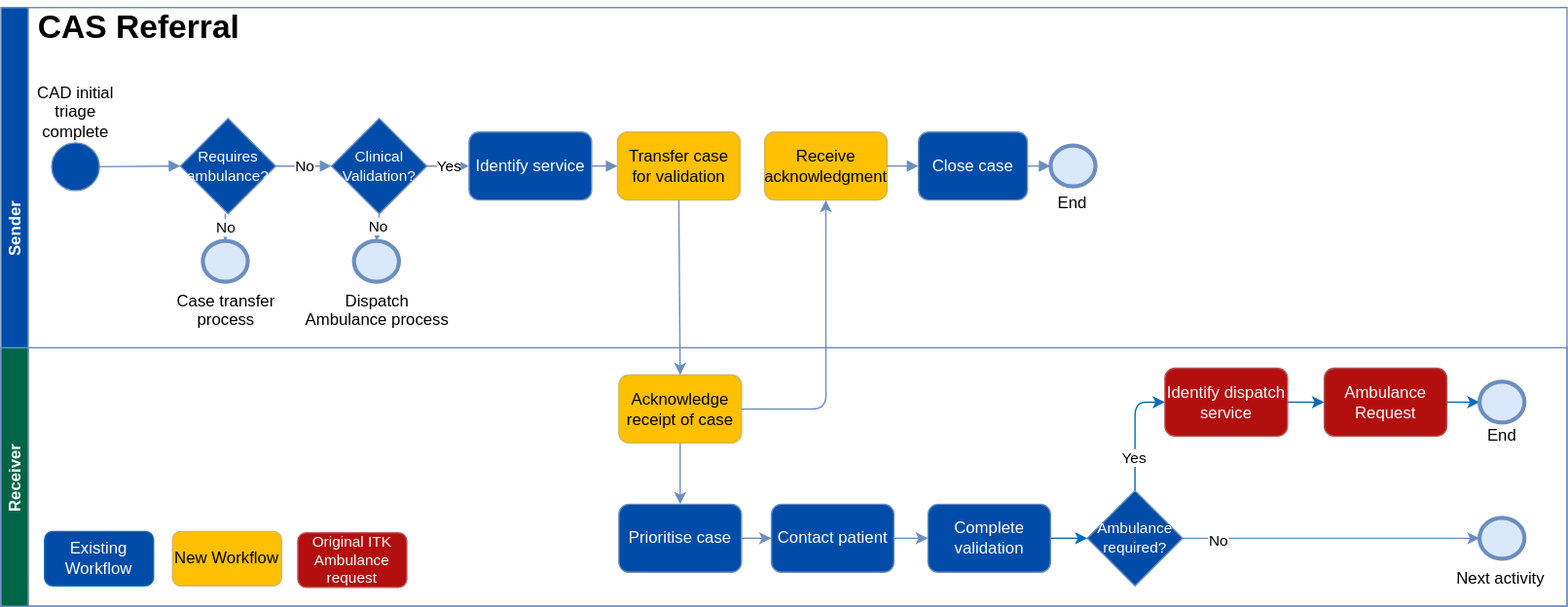
Before: src/images/WorkFlows/ReferraltoCASSimplified-1.0.0.svg, a diagram exported from draw.io (NHSDigital/booking-and-referral-media). Source tidied: cells renumbered, new cells last; positions are measured from the earlier drawing's top-left corner, leaving out a move shared by most shapes.
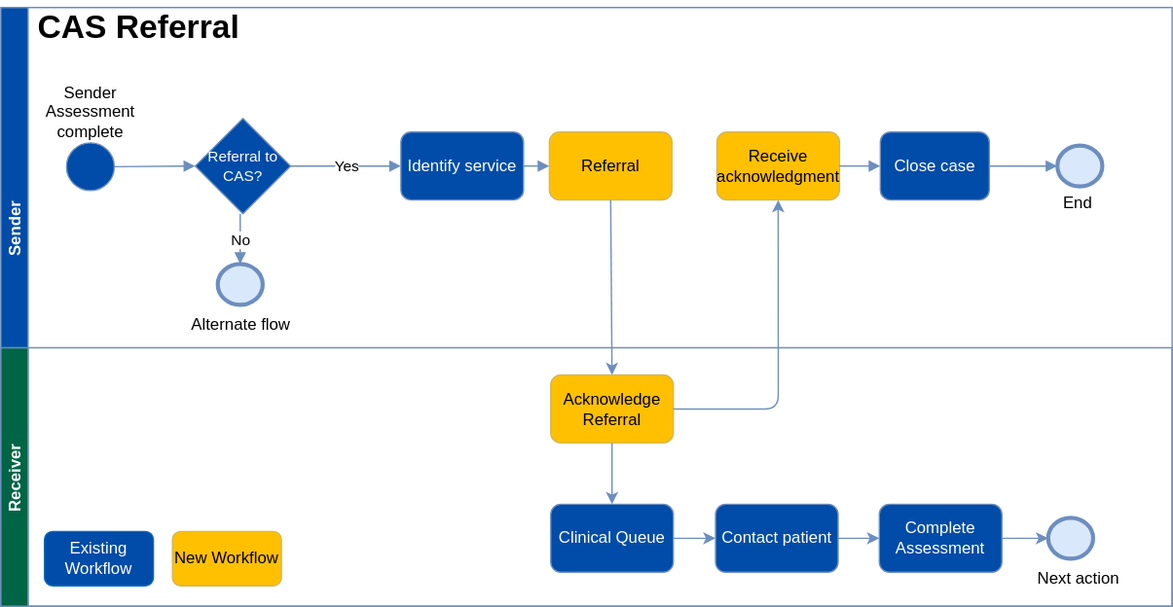
After the commit.

The edit, as a diff of the source:
```diff
@@ -3,154 +3,105 @@
     <mxCell id="0" />
     <mxCell id="1" parent="0" />
     <mxCell id="2" value="                                   Sender" style="swimlane;startSize=20;horizontal=0;fillColor=#004CA8;strokeColor=#6c8ebf;fontColor=#FFFFFF;" parent="1" vertex="1">
-      <mxGeometry y="5" width="1150" height="440" as="geometry" />
+      <mxGeometry y="5" width="860" height="440" as="geometry" />
     </mxCell>
-    <mxCell id="3" value="Clinical Validation?" style="rhombus;whiteSpace=wrap;html=1;fillColor=#004CA8;strokeColor=#6c8ebf;fontColor=#FFFFFF;fontSize=11;" parent="2" vertex="1">
-      <mxGeometry x="242.8" y="81.5" width="70" height="70" as="geometry" />
-    </mxCell>
-    <mxCell id="4" value="Requires ambulance?" style="rhombus;whiteSpace=wrap;html=1;fillColor=#004CA8;strokeColor=#6c8ebf;fontColor=#FFFFFF;fontSize=11;" parent="2" vertex="1">
-      <mxGeometry x="131.8" y="81.5" width="70" height="70" as="geometry" />
-    </mxCell>
-    <mxCell id="5" value="Transfer case for validation" style="rounded=1;whiteSpace=wrap;html=1;fillColor=#FFC001;strokeColor=#d6b656;" parent="2" vertex="1">
-      <mxGeometry x="452.8" y="91.5" width="90" height="50" as="geometry" />
-    </mxCell>
+    <mxCell id="51" value="Referral to CAS?" style="rhombus;whiteSpace=wrap;html=1;fillColor=#004CA8;strokeColor=#6c8ebf;fontColor=#FFFFFF;fontSize=11;" parent="2" vertex="1">
+      <mxGeometry x="142.8" y="81.5" width="70" height="70" as="geometry" />
+    </mxCell>
+    <mxCell id="52" value="Referral" style="rounded=1;whiteSpace=wrap;html=1;fillColor=#FFC001;strokeColor=#d6b656;" parent="2" vertex="1">
+      <mxGeometry x="402.8" y="91.5" width="90" height="50" as="geometry" />
+    </mxCell>
     <mxCell id="6" value="Identify service" style="rounded=1;whiteSpace=wrap;html=1;fillColor=#004CA8;strokeColor=#6c8ebf;fontColor=#FFFFFF;" parent="2" vertex="1">
-      <mxGeometry x="343.8" y="91.5" width="90" height="50" as="geometry" />
+      <mxGeometry x="293.8" y="91.5" width="90" height="50" as="geometry" />
     </mxCell>
-    <mxCell id="7" style="endArrow=block;endFill=1;endSize=6;html=1;exitX=1;exitY=0.5;exitDx=0;exitDy=0;entryX=0;entryY=0.5;entryDx=0;entryDy=0;fillColor=#dae8fc;strokeColor=#6c8ebf;" parent="2" edge="1" source="47" target="4">
-      <mxGeometry relative="1" as="geometry" />
-    </mxCell>
-    <mxCell id="8" value="No" style="endArrow=block;endFill=1;endSize=6;html=1;exitX=1;exitY=0.5;exitDx=0;exitDy=0;entryX=0;entryY=0.5;entryDx=0;entryDy=0;fillColor=#dae8fc;strokeColor=#6c8ebf;" parent="2" edge="1" source="4" target="3">
-      <mxGeometry relative="1" as="geometry" />
-    </mxCell>
+    <mxCell id="53" style="endArrow=block;endFill=1;endSize=6;html=1;exitX=1;exitY=0.5;exitDx=0;exitDy=0;entryX=0;entryY=0.5;entryDx=0;entryDy=0;fillColor=#dae8fc;strokeColor=#6c8ebf;" parent="2" edge="1" source="70" target="51">
+      <mxGeometry relative="1" as="geometry" />
+    </mxCell>
-    <mxCell id="9" value="Yes" style="endArrow=block;endFill=1;endSize=6;html=1;exitX=1;exitY=0.5;exitDx=0;exitDy=0;entryX=0;entryY=0.5;entryDx=0;entryDy=0;fillColor=#dae8fc;strokeColor=#6c8ebf;" parent="2" edge="1" source="3" target="6">
+    <mxCell id="9" value="Yes" style="endArrow=block;endFill=1;endSize=6;html=1;exitX=1;exitY=0.5;exitDx=0;exitDy=0;entryX=0;entryY=0.5;entryDx=0;entryDy=0;fillColor=#dae8fc;strokeColor=#6c8ebf;" parent="2" edge="1" source="51" target="6">
       <mxGeometry relative="1" as="geometry" />
     </mxCell>
-    <mxCell id="10" style="endArrow=block;endFill=1;endSize=6;html=1;exitX=1;exitY=0.5;exitDx=0;exitDy=0;entryX=0;entryY=0.5;entryDx=0;entryDy=0;fillColor=#dae8fc;strokeColor=#6c8ebf;" parent="2" edge="1" source="6" target="5">
-      <mxGeometry relative="1" as="geometry" />
-    </mxCell>
-    <mxCell id="11" value="Case transfer&lt;br&gt;process" style="shape=mxgraph.bpmn.shape;html=1;verticalLabelPosition=bottom;labelBackgroundColor=#ffffff;verticalAlign=top;align=center;perimeter=ellipsePerimeter;outline=end;symbol=general;fillColor=#dae8fc;strokeColor=#6c8ebf;" parent="2" vertex="1">
-      <mxGeometry x="148.2" y="171.5" width="33" height="30" as="geometry" />
-    </mxCell>
-    <mxCell id="12" value="No" style="endArrow=block;endFill=1;endSize=6;html=1;exitX=0.5;exitY=1;exitDx=0;exitDy=0;entryX=0.5;entryY=0;entryDx=0;entryDy=0;fillColor=#dae8fc;strokeColor=#6c8ebf;" parent="2" edge="1">
-      <mxGeometry relative="1" as="geometry">
-        <mxPoint x="164.8" y="151.5" as="sourcePoint" />
-        <mxPoint x="164.8" y="171.5" as="targetPoint" />
-      </mxGeometry>
-    </mxCell>
-    <mxCell id="13" style="shape=mxgraph.bpmn.shape;html=1;verticalLabelPosition=bottom;labelBackgroundColor=#ffffff;verticalAlign=top;align=center;perimeter=ellipsePerimeter;outlineConnect=0;outline=end;symbol=general;fillColor=#dae8fc;strokeColor=#6c8ebf;" parent="2" vertex="1">
-      <mxGeometry x="770.8" y="101.5" width="33" height="30" as="geometry" />
-    </mxCell>
-    <mxCell id="14" value="Dispatch &lt;br&gt;Ambulance process" style="shape=mxgraph.bpmn.shape;html=1;verticalLabelPosition=bottom;labelBackgroundColor=#ffffff;verticalAlign=top;align=center;perimeter=ellipsePerimeter;outlineConnect=0;outline=end;symbol=general;fillColor=#dae8fc;strokeColor=#6c8ebf;" parent="2" vertex="1">
-      <mxGeometry x="259.2" y="171.5" width="33" height="30" as="geometry" />
-    </mxCell>
-    <mxCell id="15" value="No" style="endArrow=block;endFill=1;endSize=6;html=1;exitX=0.5;exitY=1;exitDx=0;exitDy=0;entryX=0.5;entryY=0;entryDx=0;entryDy=0;fillColor=#dae8fc;strokeColor=#6c8ebf;" parent="2" edge="1" source="3" target="14">
-      <mxGeometry relative="1" as="geometry" />
-    </mxCell>
+    <mxCell id="54" style="endArrow=block;endFill=1;endSize=6;html=1;exitX=1;exitY=0.5;exitDx=0;exitDy=0;entryX=0;entryY=0.5;entryDx=0;entryDy=0;fillColor=#dae8fc;strokeColor=#6c8ebf;" parent="2" edge="1" source="6" target="52">
+      <mxGeometry relative="1" as="geometry" />
+    </mxCell>
+    <mxCell id="55" value="Alternate flow" style="shape=mxgraph.bpmn.shape;html=1;verticalLabelPosition=bottom;labelBackgroundColor=#ffffff;verticalAlign=top;align=center;perimeter=ellipsePerimeter;outlineConnect=0;outline=end;symbol=general;fillColor=#dae8fc;strokeColor=#6c8ebf;" parent="2" vertex="1">
+      <mxGeometry x="159.2" y="188.5" width="33" height="30" as="geometry" />
+    </mxCell>
+    <mxCell id="56" value="No" style="endArrow=block;endFill=1;endSize=6;html=1;exitX=0.5;exitY=1;exitDx=0;exitDy=0;entryX=0.5;entryY=0;entryDx=0;entryDy=0;fillColor=#dae8fc;strokeColor=#6c8ebf;" parent="2" edge="1" target="55">
+      <mxGeometry relative="1" as="geometry">
+        <mxPoint x="175.8" y="151.5" as="sourcePoint" />
+      </mxGeometry>
+    </mxCell>
+    <mxCell id="57" style="shape=mxgraph.bpmn.shape;html=1;verticalLabelPosition=bottom;labelBackgroundColor=#ffffff;verticalAlign=top;align=center;perimeter=ellipsePerimeter;outlineConnect=0;outline=end;symbol=general;fillColor=#dae8fc;strokeColor=#6c8ebf;" parent="2" vertex="1">
+      <mxGeometry x="775.8" y="101.5" width="33" height="30" as="geometry" />
+    </mxCell>
     <mxCell id="16" value="Receiver" style="swimlane;startSize=20;horizontal=0;fillColor=#006545;strokeColor=#6c8ebf;fontColor=#FFFFFF;" parent="2" vertex="1">
-      <mxGeometry y="250" width="1150" height="190" as="geometry" />
+      <mxGeometry y="250" width="860" height="190" as="geometry" />
     </mxCell>
-    <mxCell id="17" style="edgeStyle=orthogonalEdgeStyle;rounded=0;jettySize=auto;html=1;exitX=1;exitY=0.5;exitDx=0;exitDy=0;entryX=0;entryY=0.5;entryDx=0;entryDy=0;strokeColor=#026CBA;" parent="16" edge="1" source="18" target="27">
-      <mxGeometry relative="1" as="geometry" />
-    </mxCell>
-    <mxCell id="18" value="Complete validation" style="rounded=1;whiteSpace=wrap;html=1;fillColor=#004CA8;strokeColor=#6c8ebf;fontColor=#FFFFFF;" parent="16" vertex="1">
-      <mxGeometry x="680.8" y="115" width="90" height="50" as="geometry" />
-    </mxCell>
-    <mxCell id="19" value="Prioritise case" style="rounded=1;whiteSpace=wrap;html=1;fillColor=#004CA8;strokeColor=#6c8ebf;fontColor=#FFFFFF;" parent="16" vertex="1">
-      <mxGeometry x="453.8" y="115" width="90" height="50" as="geometry" />
-    </mxCell>
-    <mxCell id="20" value="Acknowledge receipt of case" style="rounded=1;whiteSpace=wrap;html=1;fillColor=#FFC001;strokeColor=#d6b656;" parent="16" vertex="1">
-      <mxGeometry x="453.8" y="20" width="90" height="50" as="geometry" />
-    </mxCell>
+    <mxCell id="58" value="Clinical Queue" style="rounded=1;whiteSpace=wrap;html=1;fillColor=#004CA8;strokeColor=#6c8ebf;fontColor=#FFFFFF;" parent="16" vertex="1">
+      <mxGeometry x="403.8" y="115" width="90" height="50" as="geometry" />
+    </mxCell>
+    <mxCell id="59" value="Acknowledge Referral" style="rounded=1;whiteSpace=wrap;html=1;fillColor=#FFC001;strokeColor=#d6b656;" parent="16" vertex="1">
+      <mxGeometry x="403.8" y="20" width="90" height="50" as="geometry" />
+    </mxCell>
     <mxCell id="21" value="Contact patient" style="rounded=1;whiteSpace=wrap;html=1;fillColor=#004CA8;strokeColor=#6c8ebf;fontColor=#FFFFFF;" parent="16" vertex="1">
-      <mxGeometry x="565.8" y="115" width="90" height="50" as="geometry" />
+      <mxGeometry x="524.8" y="115" width="90" height="50" as="geometry" />
     </mxCell>
-    <mxCell id="22" style="endArrow=classic;html=1;entryX=0.5;entryY=0;entryDx=0;entryDy=0;exitX=0.5;exitY=1;exitDx=0;exitDy=0;fillColor=#dae8fc;strokeColor=#6c8ebf;" parent="16" edge="1" source="20" target="19">
-      <mxGeometry relative="1" as="geometry" />
-    </mxCell>
-    <mxCell id="23" style="endArrow=classic;html=1;entryX=0;entryY=0.5;entryDx=0;entryDy=0;exitX=1;exitY=0.5;exitDx=0;exitDy=0;fillColor=#dae8fc;strokeColor=#6c8ebf;" parent="16" edge="1" source="19" target="21">
-      <mxGeometry relative="1" as="geometry" />
-    </mxCell>
-    <mxCell id="24" style="endArrow=classic;html=1;entryX=0;entryY=0.5;entryDx=0;entryDy=0;exitX=1;exitY=0.5;exitDx=0;exitDy=0;fillColor=#dae8fc;strokeColor=#6c8ebf;" parent="16" edge="1" source="21" target="18">
-      <mxGeometry relative="1" as="geometry" />
-    </mxCell>
-    <mxCell id="25" style="edgeStyle=orthogonalEdgeStyle;rounded=1;jettySize=auto;html=1;exitX=0.5;exitY=0;exitDx=0;exitDy=0;entryX=0;entryY=0.5;entryDx=0;entryDy=0;strokeColor=#026CBA;" parent="16" edge="1" source="27" target="29">
-      <mxGeometry relative="1" as="geometry" />
-    </mxCell>
-    <mxCell id="26" value="Yes" style="edgeLabel;html=1;align=center;verticalAlign=middle;" parent="25" vertex="1">
-      <mxGeometry x="-0.45" y="1" relative="1" as="geometry" />
-    </mxCell>
-    <mxCell id="27" value="Ambulance required?" style="rhombus;whiteSpace=wrap;html=1;fillColor=#004CA8;strokeColor=#6c8ebf;fontColor=#FFFFFF;fontSize=11;" parent="16" vertex="1">
-      <mxGeometry x="797.8" y="105" width="70" height="70" as="geometry" />
-    </mxCell>
-    <mxCell id="28" style="edgeStyle=orthogonalEdgeStyle;rounded=0;jettySize=auto;html=1;exitX=1;exitY=0.5;exitDx=0;exitDy=0;entryX=0;entryY=0.5;entryDx=0;entryDy=0;strokeColor=#026CBA;" parent="16" edge="1" source="29" target="35">
-      <mxGeometry relative="1" as="geometry" />
-    </mxCell>
-    <mxCell id="29" value="Identify dispatch service" style="rounded=1;whiteSpace=wrap;html=1;fillColor=#B30F0F;strokeColor=#b85450;fontColor=#FFFFFF;" parent="16" vertex="1">
-      <mxGeometry x="854.8" y="15" width="90" height="50" as="geometry" />
-    </mxCell>
-    <mxCell id="30" style="shape=mxgraph.bpmn.shape;html=1;verticalLabelPosition=bottom;labelBackgroundColor=#ffffff;verticalAlign=top;align=center;perimeter=ellipsePerimeter;outlineConnect=0;outline=end;symbol=general;fillColor=#dae8fc;strokeColor=#6c8ebf;" parent="16" vertex="1">
-      <mxGeometry x="1085.8" y="125" width="33" height="30" as="geometry" />
-    </mxCell>
-    <mxCell id="31" style="endArrow=classic;html=1;exitX=1;exitY=0.5;exitDx=0;exitDy=0;entryX=0;entryY=0.5;entryDx=0;entryDy=0;fillColor=#dae8fc;strokeColor=#6c8ebf;" parent="16" edge="1" source="27" target="30">
-      <mxGeometry relative="1" as="geometry" />
-    </mxCell>
-    <mxCell id="32" value="No" style="edgeLabel;html=1;align=center;verticalAlign=middle;" parent="31" vertex="1">
-      <mxGeometry x="-0.76" y="-1" relative="1" as="geometry" />
-    </mxCell>
-    <mxCell id="33" value="Next activity" style="text;html=1;align=center;verticalAlign=middle;" parent="16" vertex="1">
-      <mxGeometry x="1060.8" y="160" width="80" height="20" as="geometry" />
-    </mxCell>
-    <mxCell id="34" style="edgeStyle=orthogonalEdgeStyle;rounded=0;jettySize=auto;html=1;exitX=1;exitY=0.5;exitDx=0;exitDy=0;entryX=0;entryY=0.5;entryDx=0;entryDy=0;strokeColor=#026CBA;" parent="16" edge="1" source="35" target="37">
-      <mxGeometry relative="1" as="geometry" />
-    </mxCell>
-    <mxCell id="35" value="Ambulance Request" style="rounded=1;whiteSpace=wrap;html=1;fillColor=#B30F0F;strokeColor=#b85450;fontColor=#FFFFFF;" parent="16" vertex="1">
-      <mxGeometry x="971.8" y="15" width="90" height="50" as="geometry" />
-    </mxCell>
-    <mxCell id="36" value="Original ITK Ambulance request" style="rounded=1;whiteSpace=wrap;html=1;strokeColor=#b85450;fillColor=#B30F0F;fontColor=#FFFFFF;fontSize=11;" parent="16" vertex="1">
-      <mxGeometry x="218" y="136" width="80" height="40" as="geometry" />
-    </mxCell>
-    <mxCell id="37" style="shape=mxgraph.bpmn.shape;html=1;verticalLabelPosition=bottom;labelBackgroundColor=#ffffff;verticalAlign=top;align=center;perimeter=ellipsePerimeter;outlineConnect=0;outline=end;symbol=general;fillColor=#dae8fc;strokeColor=#6c8ebf;" parent="16" vertex="1">
-      <mxGeometry x="1085.8" y="25" width="33" height="30" as="geometry" />
-    </mxCell>
-    <mxCell id="38" value="End" style="text;html=1;align=center;verticalAlign=middle;" parent="16" vertex="1">
-      <mxGeometry x="1082.2" y="55" width="40" height="20" as="geometry" />
-    </mxCell>
+    <mxCell id="60" style="endArrow=classic;html=1;entryX=0.5;entryY=0;entryDx=0;entryDy=0;exitX=0.5;exitY=1;exitDx=0;exitDy=0;fillColor=#dae8fc;strokeColor=#6c8ebf;" parent="16" edge="1" source="59" target="58">
+      <mxGeometry relative="1" as="geometry" />
+    </mxCell>
+    <mxCell id="61" style="endArrow=classic;html=1;entryX=0;entryY=0.5;entryDx=0;entryDy=0;exitX=1;exitY=0.5;exitDx=0;exitDy=0;fillColor=#dae8fc;strokeColor=#6c8ebf;" parent="16" edge="1" source="58" target="21">
+      <mxGeometry relative="1" as="geometry" />
+    </mxCell>
+    <mxCell id="62" style="endArrow=classic;html=1;entryX=0;entryY=0.5;entryDx=0;entryDy=0;exitX=1;exitY=0.5;exitDx=0;exitDy=0;fillColor=#dae8fc;strokeColor=#6c8ebf;" parent="16" edge="1" source="21" target="66">
+      <mxGeometry relative="1" as="geometry" />
+    </mxCell>
+    <mxCell id="63" style="shape=mxgraph.bpmn.shape;html=1;verticalLabelPosition=bottom;labelBackgroundColor=#ffffff;verticalAlign=top;align=center;perimeter=ellipsePerimeter;outlineConnect=0;outline=end;symbol=general;fillColor=#dae8fc;strokeColor=#6c8ebf;" parent="16" vertex="1">
+      <mxGeometry x="769" y="125" width="33" height="30" as="geometry" />
+    </mxCell>
+    <mxCell id="64" value="Next action" style="text;html=1;align=center;verticalAlign=middle;" parent="16" vertex="1">
+      <mxGeometry x="750.5" y="155" width="80" height="30" as="geometry" />
+    </mxCell>
     <mxCell id="39" value="New Workflow" style="rounded=1;whiteSpace=wrap;html=1;strokeColor=#d6b656;fillColor=#FFC001;" parent="16" vertex="1">
       <mxGeometry x="126" y="135" width="80" height="40" as="geometry" />
     </mxCell>
     <mxCell id="40" value="Existing Workflow" style="rounded=1;whiteSpace=wrap;html=1;strokeColor=#026CBA;fillColor=#004CA8;fontColor=#FFFFFF;" parent="16" vertex="1">
       <mxGeometry x="32" y="135" width="80" height="40" as="geometry" />
     </mxCell>
-    <mxCell id="41" style="endArrow=classic;html=1;entryX=0.5;entryY=0;entryDx=0;entryDy=0;exitX=0.5;exitY=1;exitDx=0;exitDy=0;fillColor=#dae8fc;strokeColor=#6c8ebf;" parent="2" edge="1" source="5" target="20">
-      <mxGeometry relative="1" as="geometry" />
-    </mxCell>
+    <mxCell id="65" style="edgeStyle=orthogonalEdgeStyle;rounded=0;jettySize=auto;html=1;exitX=1;exitY=0.5;exitDx=0;exitDy=0;entryX=0;entryY=0.5;entryDx=0;entryDy=0;strokeColor=#6C8EBF;" parent="16" edge="1" source="66" target="63">
+      <mxGeometry relative="1" as="geometry" />
+    </mxCell>
+    <mxCell id="66" value="Complete Assessment" style="rounded=1;whiteSpace=wrap;html=1;fillColor=#004CA8;strokeColor=#6c8ebf;fontColor=#FFFFFF;" parent="16" vertex="1">
+      <mxGeometry x="645" y="115" width="90" height="50" as="geometry" />
+    </mxCell>
+    <mxCell id="67" style="endArrow=classic;html=1;entryX=0.5;entryY=0;entryDx=0;entryDy=0;exitX=0.5;exitY=1;exitDx=0;exitDy=0;fillColor=#dae8fc;strokeColor=#6c8ebf;" parent="2" edge="1" source="52" target="59">
+      <mxGeometry relative="1" as="geometry" />
+    </mxCell>
     <mxCell id="42" value="Receive acknowledgment" style="rounded=1;whiteSpace=wrap;html=1;fillColor=#FFC001;strokeColor=#d6b656;" parent="2" vertex="1">
-      <mxGeometry x="560.8" y="91.5" width="90" height="50" as="geometry" />
+      <mxGeometry x="525.8" y="91.5" width="90" height="50" as="geometry" />
     </mxCell>
     <mxCell id="43" value="Close case" style="rounded=1;whiteSpace=wrap;html=1;fillColor=#004CA8;strokeColor=#6c8ebf;fontColor=#FFFFFF;" parent="2" vertex="1">
-      <mxGeometry x="673.8" y="91.5" width="80" height="50" as="geometry" />
+      <mxGeometry x="645.8" y="91.5" width="80" height="50" as="geometry" />
     </mxCell>
-    <mxCell id="44" style="edgeStyle=segmentEdgeStyle;endArrow=classic;html=1;exitX=1;exitY=0.5;exitDx=0;exitDy=0;entryX=0.5;entryY=1;entryDx=0;entryDy=0;fillColor=#dae8fc;strokeColor=#6c8ebf;" parent="2" edge="1" source="20" target="42">
-      <mxGeometry relative="1" as="geometry" />
-    </mxCell>
+    <mxCell id="68" style="edgeStyle=segmentEdgeStyle;endArrow=classic;html=1;exitX=1;exitY=0.5;exitDx=0;exitDy=0;entryX=0.5;entryY=1;entryDx=0;entryDy=0;fillColor=#dae8fc;strokeColor=#6C8EBF;" parent="2" edge="1" source="59" target="42">
+      <mxGeometry relative="1" as="geometry" />
+    </mxCell>
     <mxCell id="45" style="endArrow=block;endFill=1;endSize=6;html=1;exitX=1;exitY=0.5;exitDx=0;exitDy=0;entryX=0;entryY=0.5;entryDx=0;entryDy=0;fillColor=#dae8fc;strokeColor=#6c8ebf;" parent="2" edge="1" source="42" target="43">
       <mxGeometry relative="1" as="geometry" />
     </mxCell>
-    <mxCell id="46" style="endArrow=block;endFill=1;endSize=6;html=1;exitX=1;exitY=0.5;exitDx=0;exitDy=0;entryX=0;entryY=0.5;entryDx=0;entryDy=0;fillColor=#dae8fc;strokeColor=#6c8ebf;" parent="2" edge="1" source="43" target="13">
-      <mxGeometry relative="1" as="geometry" />
-    </mxCell>
-    <mxCell id="47" style="ellipse;whiteSpace=wrap;html=1;fillColor=#004CA8;strokeColor=#6c8ebf;fontColor=#FFFFFF;" parent="2" vertex="1">
-      <mxGeometry x="37.2" y="99.5" width="35" height="35" as="geometry" />
-    </mxCell>
-    <mxCell id="48" value="CAD initial triage complete" style="text;html=1;strokeColor=none;fillColor=none;align=center;verticalAlign=middle;whiteSpace=wrap;rounded=0;" parent="2" vertex="1">
-      <mxGeometry x="24.8" y="61.5" width="60" height="30" as="geometry" />
-    </mxCell>
+    <mxCell id="69" style="endArrow=block;endFill=1;endSize=6;html=1;exitX=1;exitY=0.5;exitDx=0;exitDy=0;entryX=0;entryY=0.5;entryDx=0;entryDy=0;fillColor=#dae8fc;strokeColor=#6c8ebf;" parent="2" edge="1" source="43" target="57">
+      <mxGeometry relative="1" as="geometry" />
+    </mxCell>
+    <mxCell id="70" style="ellipse;whiteSpace=wrap;html=1;fillColor=#004CA8;strokeColor=#6c8ebf;fontColor=#FFFFFF;" parent="2" vertex="1">
+      <mxGeometry x="48.2" y="99.5" width="35" height="35" as="geometry" />
+    </mxCell>
+    <mxCell id="71" value="Sender Assessment complete" style="text;html=1;strokeColor=none;fillColor=none;align=center;verticalAlign=middle;whiteSpace=wrap;rounded=0;" parent="2" vertex="1">
+      <mxGeometry x="35.8" y="61.5" width="60" height="30" as="geometry" />
+    </mxCell>
     <mxCell id="49" value="&lt;span style=&quot;font-size: 24px;&quot;&gt;&lt;b&gt;CAS Referral&lt;/b&gt;&lt;/span&gt;" style="text;html=1;align=center;verticalAlign=middle;strokeColor=none;" parent="2" vertex="1">
       <mxGeometry x="16" y="-5" width="170" height="40" as="geometry" />
     </mxCell>
     <mxCell id="50" value="End" style="text;html=1;strokeColor=none;fillColor=none;align=center;verticalAlign=middle;whiteSpace=wrap;rounded=0;" parent="2" vertex="1">
-      <mxGeometry x="757.2" y="128.5" width="60" height="30" as="geometry" />
+      <mxGeometry x="761.2" y="128.5" width="60" height="30" as="geometry" />
     </mxCell>
   </root>
 </mxGraphModel>
```
